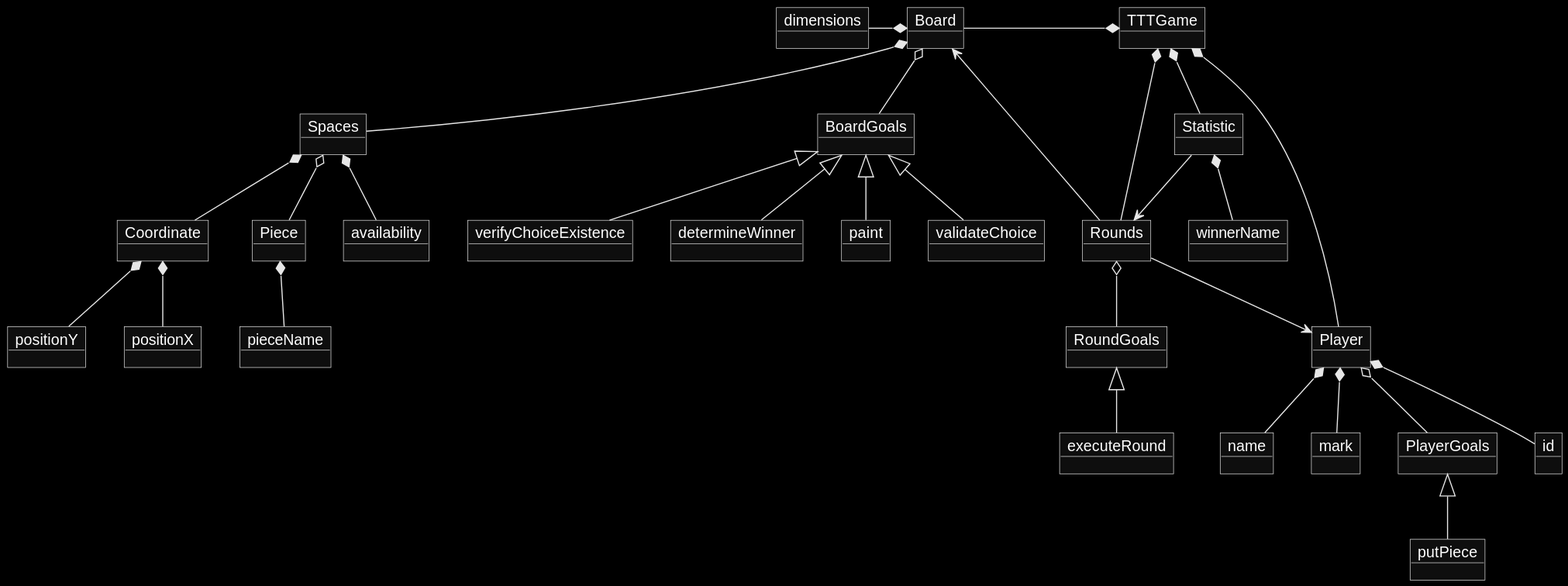
The PlantUML diagram docs/domainModel.svg in oliver-sierra-telus/DSU-TicTacToe, before a commit.
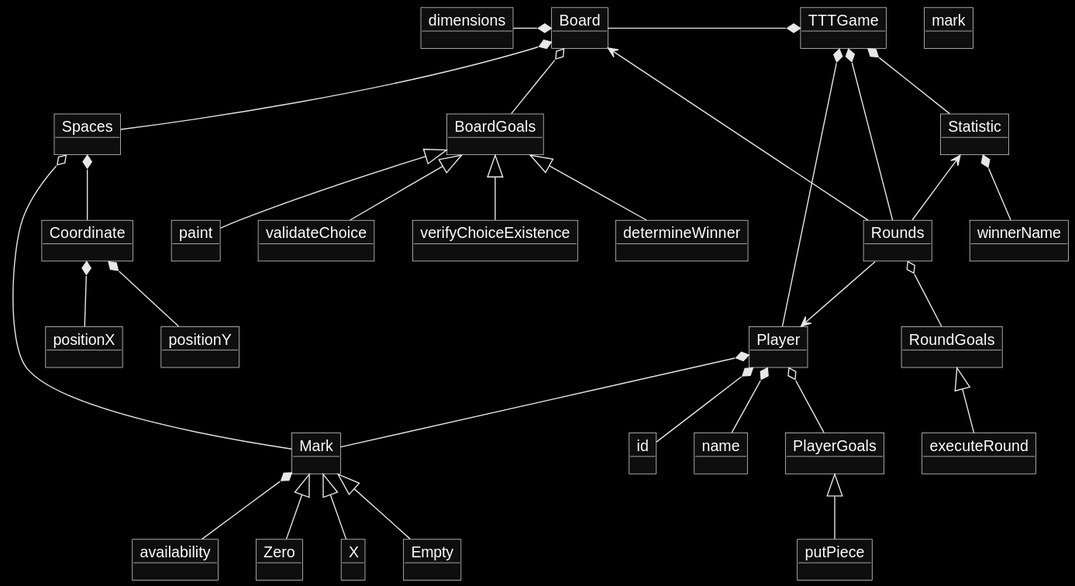
The same file after the commit.

Commit message:
Change: domain diagram image

What changed in the source:
```diff
@@ -1,4 +1,4 @@
-@startuml domainModel
+@startuml DomainModel
 
 skinparam monochrome reverse
 
@@ -6,7 +6,6 @@
     object Board
         object dimensions
         object Spaces
-            object availability
             object Coordinate
                 object positionX
                 object positionY
@@ -24,8 +23,11 @@
     object Rounds
         object RoundGoals
             object executeRound
-    object Piece
-        object pieceName
+    object Mark
+        object Zero
+        object X
+        object Empty
+        object availability
     object Statistic
         object winnerName
 
@@ -42,9 +44,8 @@
 BoardGoals <|-- verifyChoiceExistence
 BoardGoals <|-- determineWinner
 
-Spaces *-- availability
 Spaces *-- Coordinate
-Spaces o-- Piece
+Spaces o-- Mark
 
 Coordinate *-- positionX
 Coordinate *-- positionY
@@ -56,14 +57,17 @@
 
 Player *-- id
 Player *-- name
-Player *-- mark
+Player *-- Mark
 Player o-- PlayerGoals
 PlayerGoals <|-- putPiece
 
-Piece *-- pieceName
+Mark <|-- Zero
+Mark <|-- X
+Mark <|-- Empty
+Mark *-- availability
 
 Statistic *-- winnerName
-Statistic --> Rounds
+Statistic <-- Rounds
 
 
 @enduml
```
